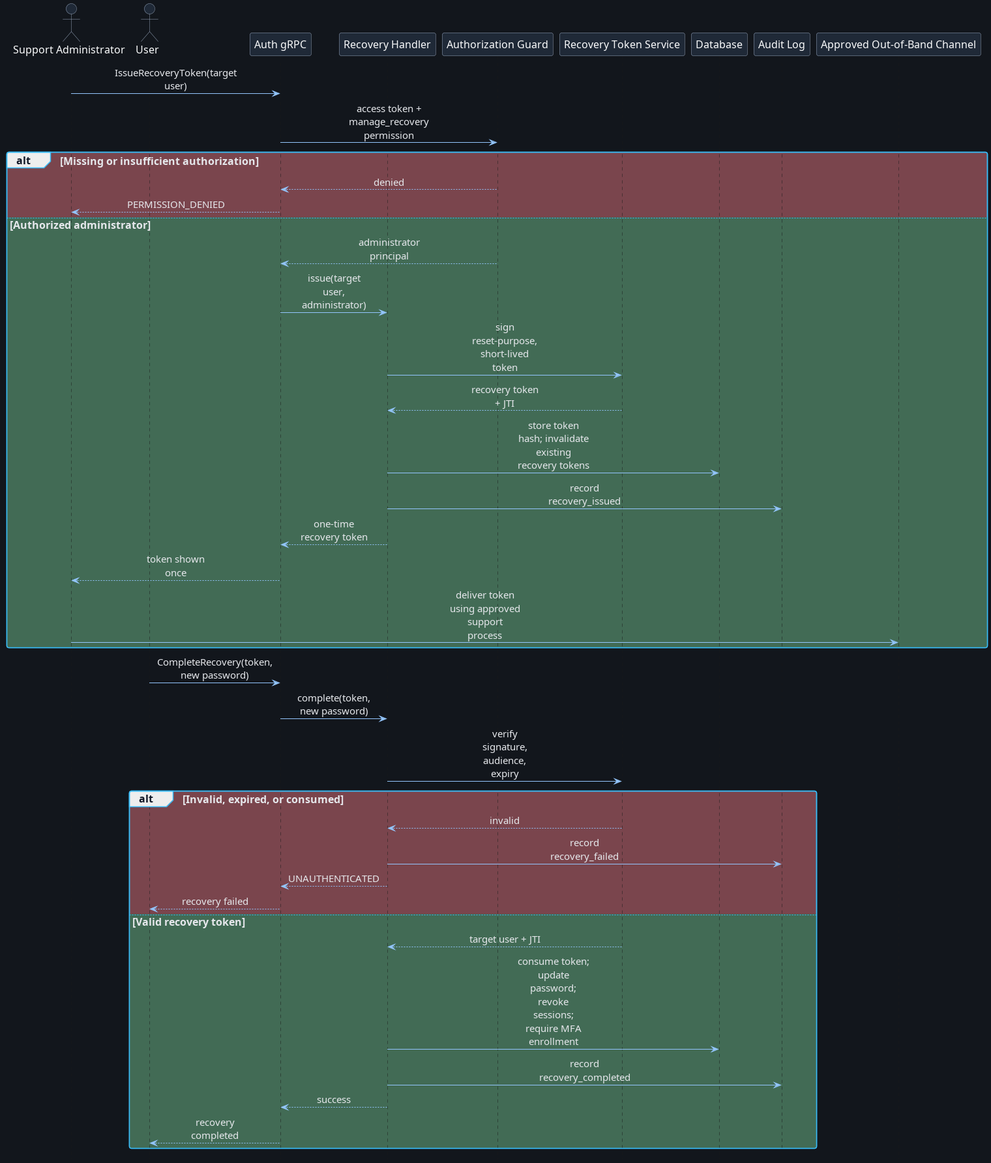
This is design/security/AdminRecoveryFlow.png from OODesigns/central-auth-service, a PlantUML export, as it was before one commit. Source of this version:
```plantuml
@startuml AdminRecoveryFlow
!include ../themes/dark-theme.puml
hide footbox

actor "Support Administrator" as Admin
actor User
participant "Auth gRPC" as Auth
participant "Recovery Handler" as Recovery
participant "Authorization Guard" as Guard
participant "Recovery Token Service" as Tokens
participant "Database" as DB
participant "Audit Log" as Audit
participant "Approved Out-of-Band Channel" as Channel

Admin -> Auth: IssueRecoveryToken(target user)
Auth -> Guard: access token + manage_recovery permission
alt #7a454d Missing or insufficient authorization
    Guard --> Auth: denied
    Auth --> Admin: PERMISSION_DENIED
else #426b55 Authorized administrator
    Guard --> Auth: administrator principal
    Auth -> Recovery: issue(target user, administrator)
    Recovery -> Tokens: sign reset-purpose, short-lived token
    Tokens --> Recovery: recovery token + JTI
    Recovery -> DB: store token hash; invalidate existing recovery tokens
    Recovery -> Audit: record recovery_issued
    Recovery --> Auth: one-time recovery token
    Auth --> Admin: token shown once
    Admin -> Channel: deliver token using approved support process
end

User -> Auth: CompleteRecovery(token, new password)
Auth -> Recovery: complete(token, new password)
Recovery -> Tokens: verify signature, audience, expiry
alt #7a454d Invalid, expired, or consumed
    Tokens --> Recovery: invalid
    Recovery -> Audit: record recovery_failed
    Recovery --> Auth: UNAUTHENTICATED
    Auth --> User: recovery failed
else #426b55 Valid recovery token
    Tokens --> Recovery: target user + JTI
    Recovery -> DB: consume token; update password; revoke sessions; require MFA enrollment
    Recovery -> Audit: record recovery_completed
    Recovery --> Auth: success
    Auth --> User: recovery completed
end
@enduml
```
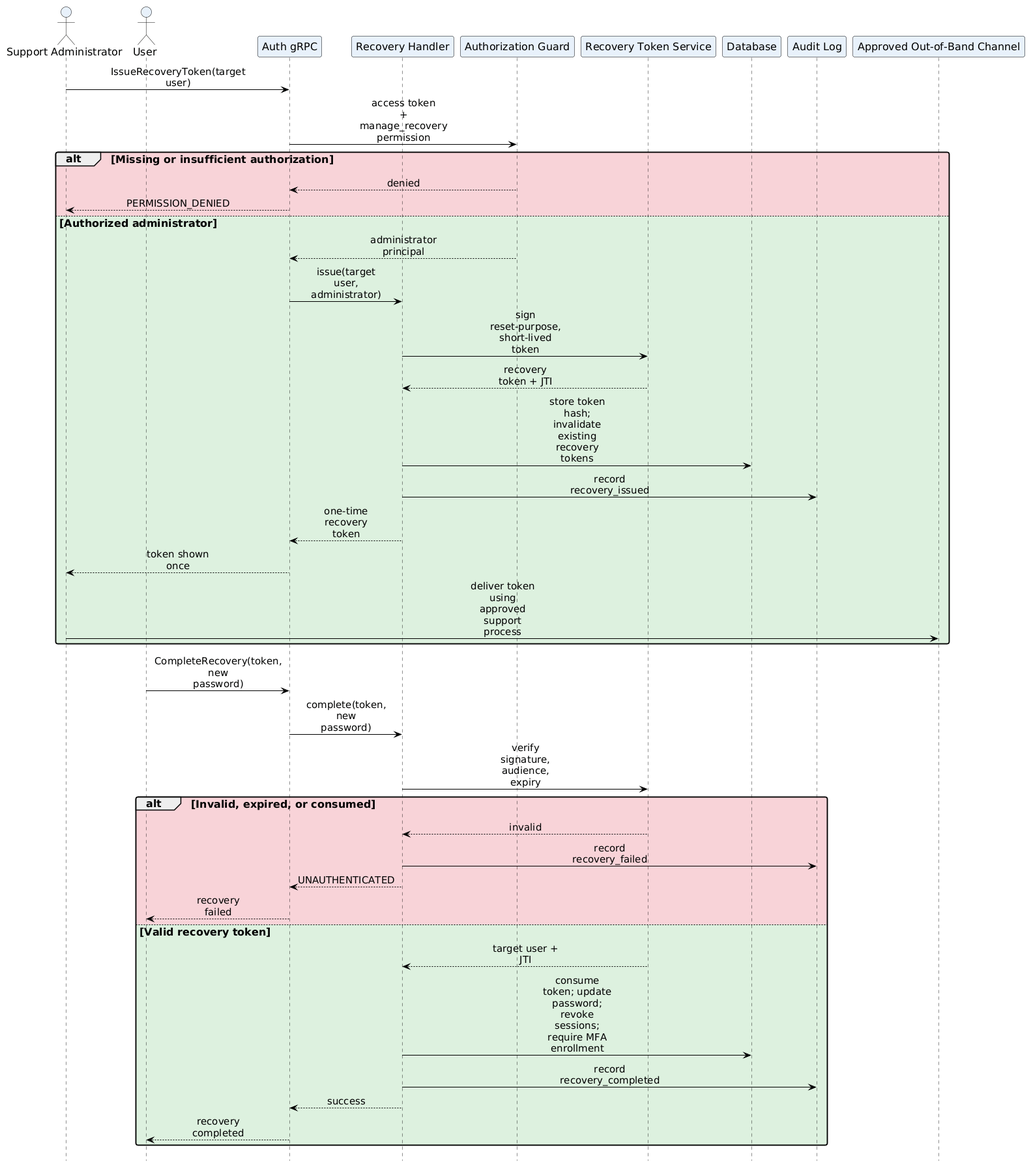
Later version of the same file.

What changed in the source:
```diff
@@ -14,10 +14,10 @@
 
 Admin -> Auth: IssueRecoveryToken(target user)
 Auth -> Guard: access token + manage_recovery permission
-alt #7a454d Missing or insufficient authorization
+alt #F3B6BE99 Missing or insufficient authorization
     Guard --> Auth: denied
     Auth --> Admin: PERMISSION_DENIED
-else #426b55 Authorized administrator
+else #C7E8C999 Authorized administrator
     Guard --> Auth: administrator principal
     Auth -> Recovery: issue(target user, administrator)
     Recovery -> Tokens: sign reset-purpose, short-lived token
@@ -32,12 +32,12 @@
 User -> Auth: CompleteRecovery(token, new password)
 Auth -> Recovery: complete(token, new password)
 Recovery -> Tokens: verify signature, audience, expiry
-alt #7a454d Invalid, expired, or consumed
+alt #F3B6BE99 Invalid, expired, or consumed
     Tokens --> Recovery: invalid
     Recovery -> Audit: record recovery_failed
     Recovery --> Auth: UNAUTHENTICATED
     Auth --> User: recovery failed
-else #426b55 Valid recovery token
+else #C7E8C999 Valid recovery token
     Tokens --> Recovery: target user + JTI
     Recovery -> DB: consume token; update password; revoke sessions; require MFA enrollment
     Recovery -> Audit: record recovery_completed
```
